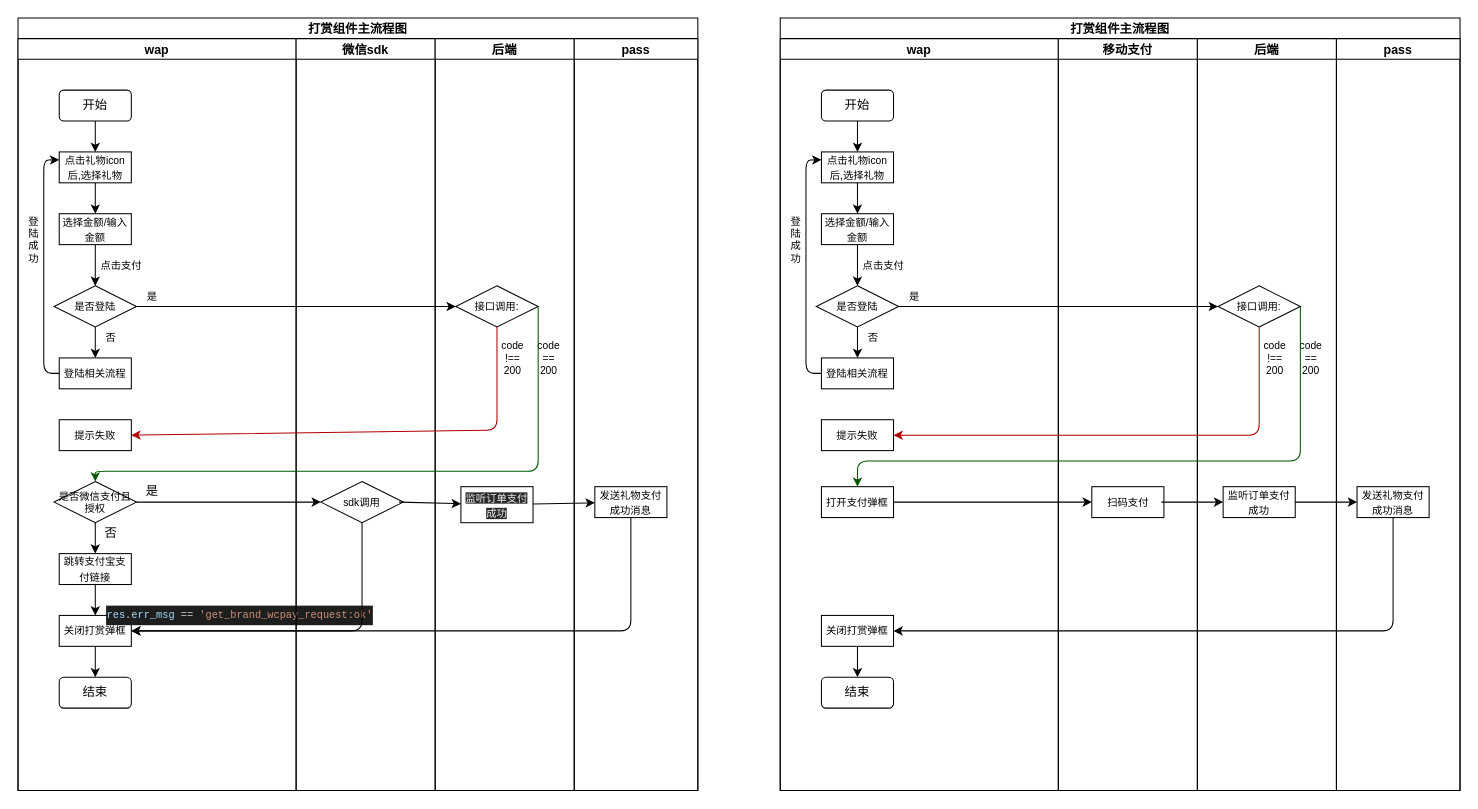
github-zoqg/vhall-platform keeps this draw.io diagram as src/packages/footer-tools/src/component/reward/doc/reward.drawio. Above is the earlier version. Source tidied: cells renumbered, new cells numbered last; positions are measured from the earlier drawing's top-left corner, leaving out a move shared by most shapes. Both pictures are drawn from the tidied source at 103%, with x=0, y=0 at pixel (18, 18).
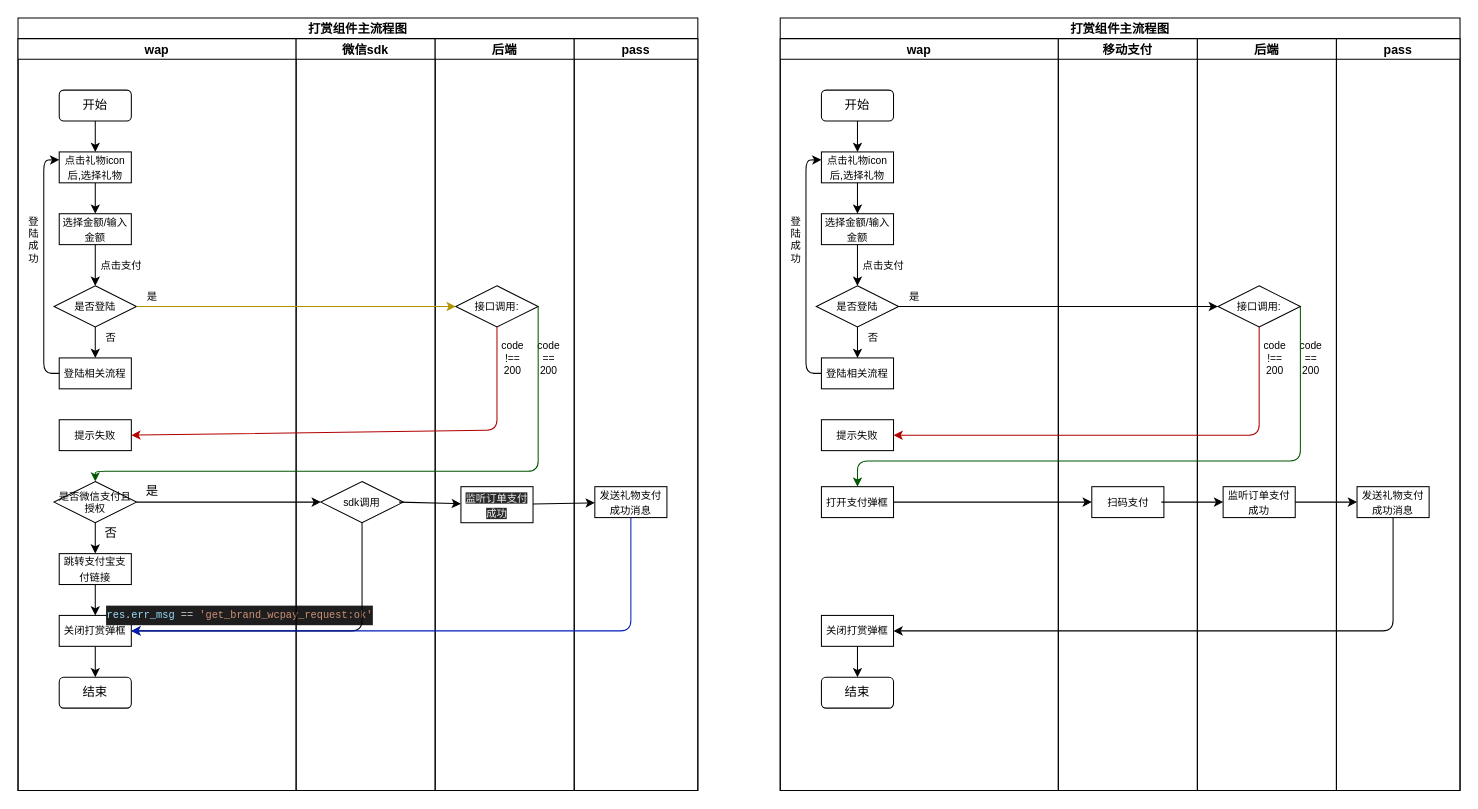
The same diagram, later.

Unchanged cells that the change refers to:
```xml
<mxCell id="2" value="打赏组件主流程图" style="swimlane;startSize=20;" parent="1" vertex="1">
  <mxGeometry width="660" height="750" as="geometry" />
</mxCell>
<mxCell id="9" value="是否登陆" style="rhombus;whiteSpace=wrap;html=1;fontSize=10;" parent="3" vertex="1">
  <mxGeometry x="35" y="240" width="80" height="40" as="geometry" />
</mxCell>
<mxCell id="25" value="&lt;span style=&quot;font-size: 10px&quot;&gt;关闭打赏弹框&lt;/span&gt;" style="rounded=0;whiteSpace=wrap;html=1;" parent="3" vertex="1">
  <mxGeometry x="40" y="560" width="70" height="30" as="geometry" />
</mxCell>
<mxCell id="30" value="接口调用:" style="rhombus;whiteSpace=wrap;html=1;fontSize=10;" parent="29" vertex="1">
  <mxGeometry x="20" y="240" width="80" height="40" as="geometry" />
</mxCell>
<mxCell id="35" value="&lt;font style=&quot;font-size: 10px&quot;&gt;发送礼物支付成功消息&lt;/font&gt;" style="rounded=0;whiteSpace=wrap;html=1;" parent="34" vertex="1">
  <mxGeometry x="20" y="435" width="70" height="30" as="geometry" />
</mxCell>
```

Change to the diagram source:
```diff
@@
-    <mxCell id="38" style="edgeStyle=none;html=1;exitX=1;exitY=0.5;exitDx=0;exitDy=0;fontSize=10;entryX=0;entryY=0.5;entryDx=0;entryDy=0;" parent="2" edge="1" source="9" target="30">
+    <mxCell id="38" style="edgeStyle=none;html=1;exitX=1;exitY=0.5;exitDx=0;exitDy=0;fontSize=10;entryX=0;entryY=0.5;entryDx=0;entryDy=0;fillColor=#e3c800;strokeColor=#B09500;" parent="2" edge="1" source="9" target="30">
       <mxGeometry relative="1" as="geometry" />
     </mxCell>
@@
-    <mxCell id="41" style="edgeStyle=none;html=1;fontSize=10;entryX=1;entryY=0.5;entryDx=0;entryDy=0;" parent="2" edge="1" source="35" target="25">
+    <mxCell id="41" style="edgeStyle=none;html=1;fontSize=10;entryX=1;entryY=0.5;entryDx=0;entryDy=0;fillColor=#0050ef;strokeColor=#001DBC;" parent="2" edge="1" source="35" target="25">
       <mxGeometry relative="1" as="geometry">
         <Array as="points">
           <mxPoint x="595" y="595" />
         </Array>
       </mxGeometry>
     </mxCell>
```
